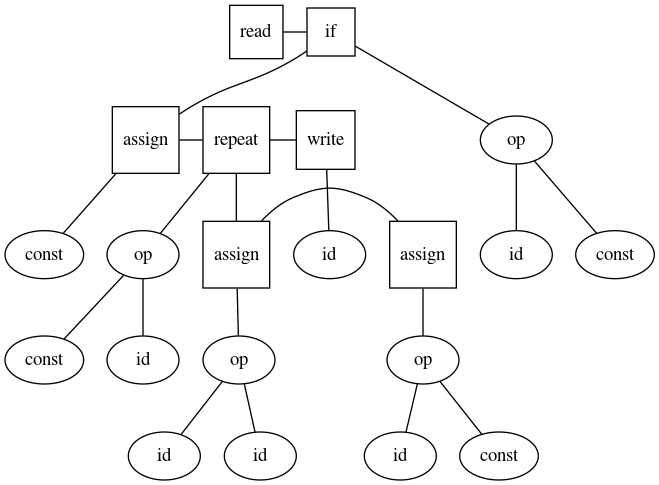
Earlier version of the Graphviz export test.gv.png (alien19/TinyLanguageCompiler). Its source is kept beside it as test.gv.
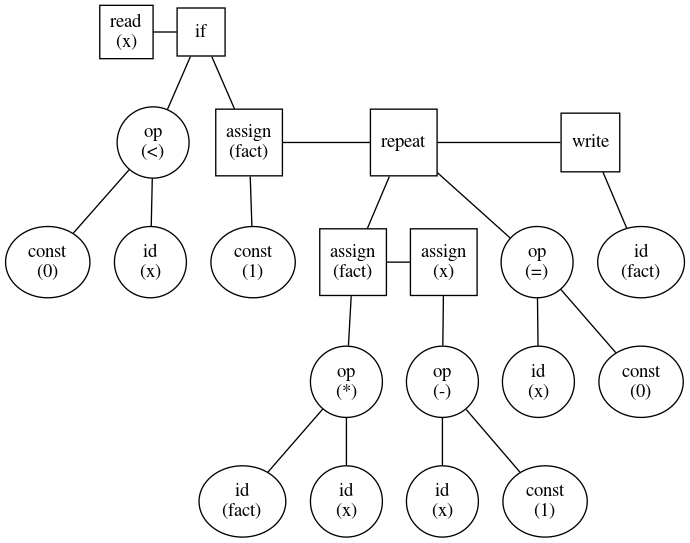
Later version of the same file.

Diff of the diagram source:
```diff
@@ -1,28 +1,4 @@
 graph {
-    {
-        0 [shape="square" label="read"]
-        20 [shape="square" label="if"]
-        5 [shape="square" label="assign"]
-        17 [shape="square" label="repeat"]
-        9 [shape="square" label="assign"]
-        13 [shape="square" label="assign"]
-        19 [shape="square" label="write"]
-        2 [shape="ellipse" label="op"]
-        1 [shape="ellipse" label="const"]
-        3 [shape="ellipse" label="id"]
-        4 [shape="ellipse" label="const"]
-        7 [shape="ellipse" label="op"]
-        6 [shape="ellipse" label="id"]
-        8 [shape="ellipse" label="id"]
-        11 [shape="ellipse" label="op"]
-        10 [shape="ellipse" label="id"]
-        12 [shape="ellipse" label="const"]
-        15 [shape="ellipse" label="op"]
-        14 [shape="ellipse" label="id"]
-        16 [shape="ellipse" label="const"]
-        18 [shape="ellipse" label="id"]
-
-    }
 0 -- 20;
 20 -- 2;
 2 -- 1;
@@ -50,4 +26,59 @@
 {rank=same;7 ,11 ,14 ,16}
 {rank=same;6 ,8 ,10 ,12}
 
+2 -- 5 [ style=invis ]
+1 -- 3 [ style=invis ]
+3 -- 4 [ style=invis ]
+4 -- 9 [ style=invis ]
+13 -- 15 [ style=invis ]
+15 -- 18 [ style=invis ]
+7 -- 11 [ style=invis ]
+11 -- 14 [ style=invis ]
+14 -- 16 [ style=invis ]
+6 -- 8 [ style=invis ]
+8 -- 10 [ style=invis ]
+10 -- 12 [ style=invis ]
+
+    {
+	0 [shape="square" label="read
+(x)"]
+	20 [shape="square" label="if"]
+	5 [shape="square" label="assign
+(fact)"]
+	17 [shape="square" label="repeat"]
+	9 [shape="square" label="assign
+(fact)"]
+	13 [shape="square" label="assign
+(x)"]
+	19 [shape="square" label="write"]
+	2 [shape="ellipse" label="op
+(<)"]
+	1 [shape="ellipse" label="const
+(0)"]
+	3 [shape="ellipse" label="id
+(x)"]
+	4 [shape="ellipse" label="const
+(1)"]
+	7 [shape="ellipse" label="op
+(*)"]
+	6 [shape="ellipse" label="id
+(fact)"]
+	8 [shape="ellipse" label="id
+(x)"]
+	11 [shape="ellipse" label="op
+(-)"]
+	10 [shape="ellipse" label="id
+(x)"]
+	12 [shape="ellipse" label="const
+(1)"]
+	15 [shape="ellipse" label="op
+(=)"]
+	14 [shape="ellipse" label="id
+(x)"]
+	16 [shape="ellipse" label="const
+(0)"]
+	18 [shape="ellipse" label="id
+(fact)"]
+
+    }
 }
```
